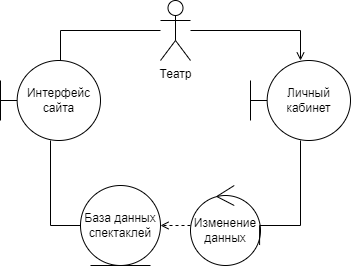
Before: src/pract2/uml_fethe_change.png, a diagram exported from draw.io (yarosshest/MIREA-AnalysisOfSystems). Source tidied: cells renumbered, new cells last; positions are measured from the earlier drawing's top-left corner, leaving out a move shared by most shapes. The source it was exported from:
```xml
<mxGraphModel>
  <root>
    <mxCell id="0" />
    <mxCell id="1" parent="0" />
    <mxCell id="2" style="edgeStyle=orthogonalEdgeStyle;rounded=0;jettySize=auto;html=1;entryX=0;entryY=0.5;entryDx=0;entryDy=0;endArrow=none;endFill=0;" parent="1" edge="1" source="4" target="5">
      <mxGeometry relative="1" as="geometry" />
    </mxCell>
    <mxCell id="3" style="edgeStyle=orthogonalEdgeStyle;rounded=0;jettySize=auto;html=1;endArrow=none;endFill=0;" parent="1" edge="1" source="4" target="11">
      <mxGeometry relative="1" as="geometry">
        <Array as="points">
          <mxPoint x="60" y="30" />
        </Array>
      </mxGeometry>
    </mxCell>
    <mxCell id="4" value="Интерфейс сайта" style="shape=umlBoundary;whiteSpace=wrap;html=1;" parent="1" vertex="1">
      <mxGeometry y="60" width="100" height="80" as="geometry" />
    </mxCell>
    <mxCell id="5" value="База данных спектаклей" style="ellipse;shape=umlEntity;whiteSpace=wrap;html=1;" parent="1" vertex="1">
      <mxGeometry x="80" y="185" width="80" height="80" as="geometry" />
    </mxCell>
    <mxCell id="6" style="edgeStyle=orthogonalEdgeStyle;rounded=0;jettySize=auto;html=1;endArrow=open;endFill=0;dashed=1;" parent="1" edge="1" source="7" target="5">
      <mxGeometry relative="1" as="geometry">
        <Array as="points">
          <mxPoint x="140" y="240" />
        </Array>
      </mxGeometry>
    </mxCell>
    <mxCell id="7" value="Изменение данных" style="ellipse;shape=umlControl;whiteSpace=wrap;html=1;" parent="1" vertex="1">
      <mxGeometry x="190" y="185" width="70" height="80" as="geometry" />
    </mxCell>
    <mxCell id="8" style="edgeStyle=orthogonalEdgeStyle;rounded=0;jettySize=auto;html=1;entryX=0.987;entryY=0.744;entryDx=0;entryDy=0;entryPerimeter=0;endArrow=none;endFill=0;" parent="1" edge="1" source="9" target="7">
      <mxGeometry relative="1" as="geometry">
        <Array as="points">
          <mxPoint x="300" y="225" />
          <mxPoint x="259" y="225" />
        </Array>
      </mxGeometry>
    </mxCell>
    <mxCell id="9" value="Личный кабинет" style="shape=umlBoundary;whiteSpace=wrap;html=1;" parent="1" vertex="1">
      <mxGeometry x="250" y="60" width="100" height="80" as="geometry" />
    </mxCell>
    <mxCell id="10" style="edgeStyle=orthogonalEdgeStyle;rounded=0;jettySize=auto;html=1;endArrow=open;endFill=0;" parent="1" edge="1" source="11" target="9">
      <mxGeometry relative="1" as="geometry">
        <Array as="points">
          <mxPoint x="300" y="30" />
        </Array>
      </mxGeometry>
    </mxCell>
    <mxCell id="11" value="Театр" style="shape=umlActor;verticalLabelPosition=bottom;verticalAlign=top;html=1;outlineConnect=0;fillColor=none;" parent="1" vertex="1">
      <mxGeometry x="160" width="30" height="60" as="geometry" />
    </mxCell>
  </root>
</mxGraphModel>
```
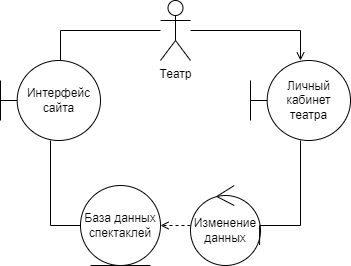
Above is the later version.

Diff of the diagram source:
```diff
@@ -36,7 +36,7 @@
         </Array>
       </mxGeometry>
     </mxCell>
-    <mxCell id="9" value="Личный кабинет" style="shape=umlBoundary;whiteSpace=wrap;html=1;" parent="1" vertex="1">
+    <mxCell id="9" value="Личный кабинет театра" style="shape=umlBoundary;whiteSpace=wrap;html=1;" parent="1" vertex="1">
       <mxGeometry x="250" y="60" width="100" height="80" as="geometry" />
     </mxCell>
     <mxCell id="10" style="edgeStyle=orthogonalEdgeStyle;rounded=0;jettySize=auto;html=1;endArrow=open;endFill=0;" parent="1" edge="1" source="11" target="9">
```
